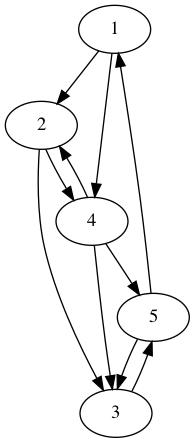
Earlier version of the Graphviz export filesDot/dijkstra.png (AnnaLena77/Project_M.Sc._GraphenUndNetzwerke). Its source is kept beside it as filesDot/dijkstra.dot.
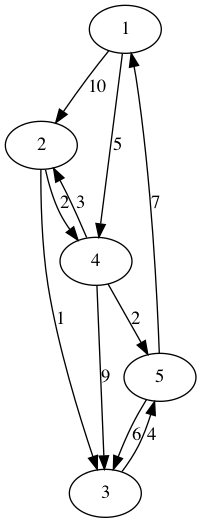
The same diagram one commit later.

The edit, as a diff of the source:
```diff
@@ -1,12 +1,12 @@
 digraph{
-1 -> 2
-1 -> 4
-2 -> 3
-2 -> 4
-3 -> 5
-4 -> 2
-4 -> 3
-4 -> 5
-5 -> 1
-5 -> 3
+1 -> 2 [label=10]
+1 -> 4 [label=5]
+2 -> 3 [label=1]
+2 -> 4 [label=2]
+3 -> 5 [label=4]
+4 -> 2 [label=3]
+4 -> 3 [label=9]
+4 -> 5 [label=2]
+5 -> 1 [label=7]
+5 -> 3 [label=6]
 }
```
